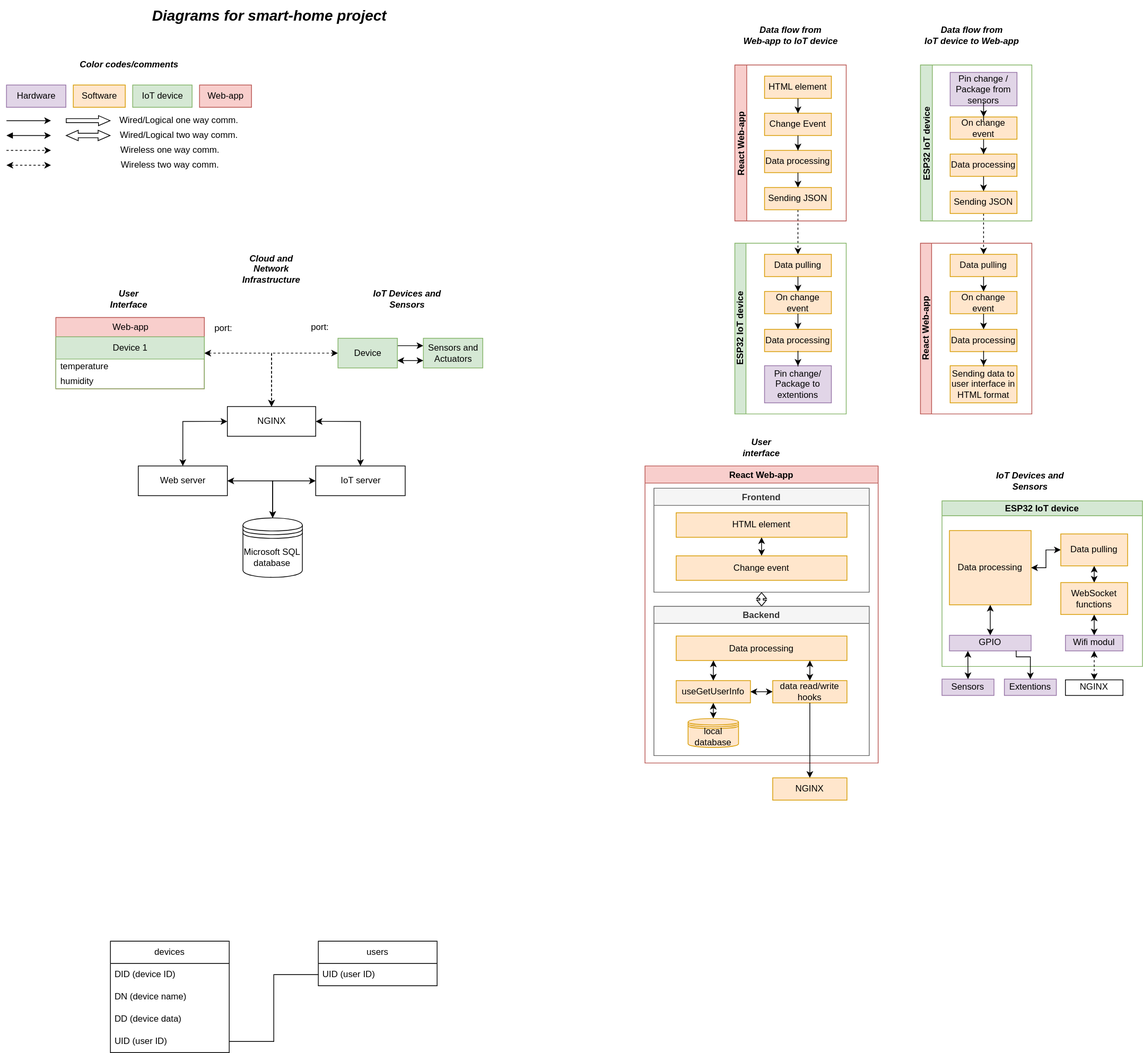
Above: doc/DIAGRAMS.svg in martinvichnal/smart-home (draw.io), before the change. Source tidied: cells renumbered, new cells last; positions are measured from the earlier drawing's top-left corner, leaving out a move shared by most shapes.
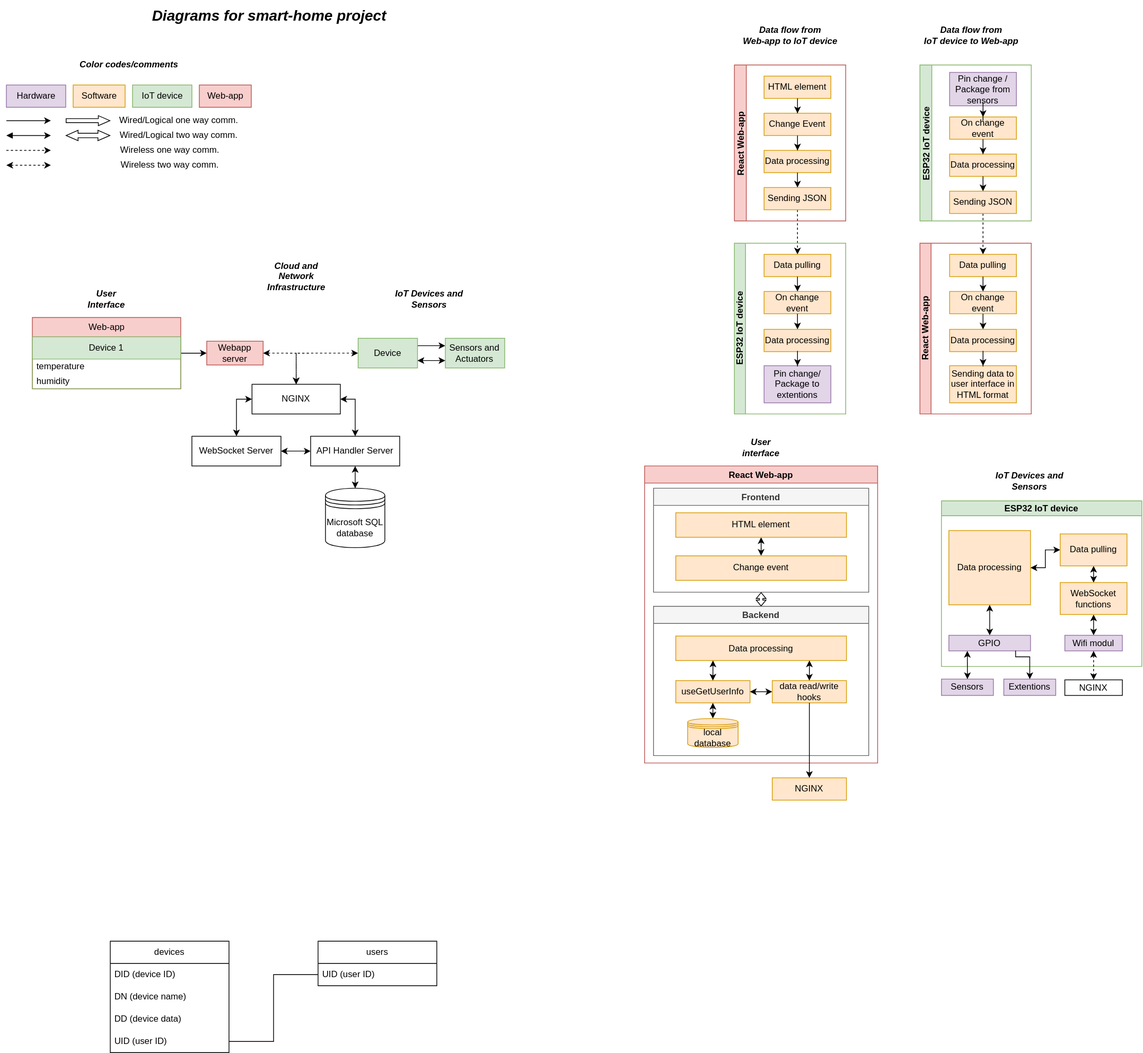
After the commit.

Change to the diagram source:
```diff
@@ -66,13 +66,13 @@
       <mxGeometry x="85" y="72" width="160" height="30" as="geometry" />
     </mxCell>
     <mxCell id="23" value="&lt;i&gt;&lt;b&gt;User Interface&lt;/b&gt;&lt;/i&gt;" style="text;html=1;strokeColor=none;fillColor=none;align=center;verticalAlign=middle;whiteSpace=wrap;rounded=0;" parent="1" vertex="1">
-      <mxGeometry x="125" y="387" width="80" height="30" as="geometry" />
+      <mxGeometry x="95" y="387" width="80" height="30" as="geometry" />
     </mxCell>
     <mxCell id="24" value="&lt;i&gt;&lt;b&gt;IoT Devices and Sensors&lt;/b&gt;&lt;/i&gt;" style="text;html=1;strokeColor=none;fillColor=none;align=center;verticalAlign=middle;whiteSpace=wrap;rounded=0;" parent="1" vertex="1">
-      <mxGeometry x="480" y="387" width="120" height="30" as="geometry" />
+      <mxGeometry x="510" y="387" width="120" height="30" as="geometry" />
     </mxCell>
     <mxCell id="25" value="&lt;i&gt;&lt;b&gt;Cloud and Network Infrastructure&lt;/b&gt;&lt;/i&gt;" style="text;html=1;strokeColor=none;fillColor=none;align=center;verticalAlign=middle;whiteSpace=wrap;rounded=0;" parent="1" vertex="1">
-      <mxGeometry x="302" y="347" width="110" height="30" as="geometry" />
+      <mxGeometry x="335.5" y="357" width="110" height="30" as="geometry" />
     </mxCell>
     <mxCell id="26" value="ESP32 IoT device" style="swimlane;startSize=20;horizontal=1;containerType=tree;fillColor=#d5e8d4;strokeColor=#82b366;rounded=0;shadow=0;glass=0;swimlaneLine=1;fillStyle=auto;" parent="1" vertex="1">
       <mxGeometry x="1260" y="674" width="270" height="223" as="geometry" />
@@ -283,14 +283,20 @@
     <mxCell id="87" value="Diagrams for smart-home project" style="text;html=1;align=center;verticalAlign=middle;strokeColor=none;fillColor=none;fontStyle=3;fontSize=20;" parent="1" vertex="1">
       <mxGeometry x="184" width="340" height="40" as="geometry" />
     </mxCell>
+    <mxCell id="120" style="edgeStyle=orthogonalEdgeStyle;rounded=0;jettySize=auto;html=1;entryX=0.5;entryY=1;entryDx=0;entryDy=0;startArrow=classic;startFill=1;" parent="1" edge="1" source="88" target="125">
+      <mxGeometry relative="1" as="geometry" />
+    </mxCell>
     <mxCell id="88" value="Microsoft SQL database" style="shape=datastore;whiteSpace=wrap;html=1;" parent="1" vertex="1">
-      <mxGeometry x="318.5" y="697" width="80" height="80" as="geometry" />
+      <mxGeometry x="430" y="657" width="80" height="80" as="geometry" />
     </mxCell>
-    <mxCell id="89" style="edgeStyle=orthogonalEdgeStyle;rounded=0;jettySize=auto;html=1;entryX=0.5;entryY=0;entryDx=0;entryDy=0;dashed=1;startArrow=classic;startFill=1;" parent="1" edge="1" source="90" target="105">
+    <mxCell id="89" style="edgeStyle=orthogonalEdgeStyle;rounded=0;jettySize=auto;html=1;entryX=0.5;entryY=0;entryDx=0;entryDy=0;dashed=1;startArrow=classic;startFill=1;exitX=1;exitY=0.5;exitDx=0;exitDy=0;" parent="1" edge="1" source="126" target="105">
       <mxGeometry relative="1" as="geometry" />
     </mxCell>
+    <mxCell id="121" style="edgeStyle=orthogonalEdgeStyle;rounded=0;jettySize=auto;html=1;" parent="1" edge="1" source="90" target="126">
+      <mxGeometry relative="1" as="geometry" />
+    </mxCell>
     <mxCell id="90" value="Web-app" style="swimlane;fontStyle=0;horizontal=1;startSize=26;fillColor=#f8cecc;html=1;strokeColor=#b85450;" parent="1" vertex="1">
-      <mxGeometry x="66.5" y="427" width="200" height="96" as="geometry" />
+      <mxGeometry x="35" y="427" width="200" height="96" as="geometry" />
     </mxCell>
     <mxCell id="91" value="Device 1" style="swimlane;fontStyle=0;horizontal=1;startSize=30;whiteSpace=wrap;html=1;fillColor=#d5e8d4;strokeColor=#82b366;" parent="90" vertex="1">
       <mxGeometry y="26" width="200" height="70" as="geometry" />
@@ -308,34 +314,25 @@
       <mxGeometry relative="1" as="geometry" />
     </mxCell>
     <mxCell id="96" value="Device" style="html=1;whiteSpace=wrap;fillColor=#d5e8d4;strokeColor=#82b366;" parent="1" vertex="1">
-      <mxGeometry x="446.5" y="455" width="80" height="40" as="geometry" />
+      <mxGeometry x="474" y="455" width="80" height="40" as="geometry" />
     </mxCell>
     <mxCell id="97" value="Sensors and Actuators" style="html=1;whiteSpace=wrap;fillColor=#d5e8d4;strokeColor=#82b366;" parent="1" vertex="1">
-      <mxGeometry x="561.5" y="455" width="80" height="40" as="geometry" />
+      <mxGeometry x="591.5" y="455" width="80" height="40" as="geometry" />
     </mxCell>
     <mxCell id="98" style="endArrow=classic;startArrow=classic;html=1;rounded=0;entryX=0;entryY=0.75;entryDx=0;entryDy=0;exitX=1;exitY=0.75;exitDx=0;exitDy=0;" parent="1" edge="1" source="96" target="97">
       <mxGeometry relative="1" as="geometry" />
     </mxCell>
-    <mxCell id="99" style="edgeStyle=orthogonalEdgeStyle;rounded=0;jettySize=auto;html=1;entryX=0.5;entryY=0;entryDx=0;entryDy=0;startArrow=classic;startFill=1;" parent="1" edge="1" source="100" target="88">
-      <mxGeometry relative="1" as="geometry" />
-    </mxCell>
+    <mxCell id="122" style="edgeStyle=orthogonalEdgeStyle;rounded=0;jettySize=auto;html=1;entryX=0;entryY=0.5;entryDx=0;entryDy=0;startArrow=classic;startFill=1;" parent="1" edge="1" source="100" target="105">
+      <mxGeometry relative="1" as="geometry" />
+    </mxCell>
+    <mxCell id="123" style="edgeStyle=orthogonalEdgeStyle;rounded=0;jettySize=auto;html=1;entryX=0;entryY=0.5;entryDx=0;entryDy=0;startArrow=classic;startFill=1;" parent="1" edge="1" source="100" target="125">
+      <mxGeometry relative="1" as="geometry" />
+    </mxCell>
-    <mxCell id="100" value="Web server" style="whiteSpace=wrap;html=1;" parent="1" vertex="1">
-      <mxGeometry x="177.5" y="627" width="120" height="40" as="geometry" />
+    <mxCell id="100" value="WebSocket Server" style="whiteSpace=wrap;html=1;" parent="1" vertex="1">
+      <mxGeometry x="250" y="587" width="120" height="40" as="geometry" />
     </mxCell>
-    <mxCell id="101" style="edgeStyle=orthogonalEdgeStyle;rounded=0;jettySize=auto;html=1;entryX=0.5;entryY=0;entryDx=0;entryDy=0;startArrow=classic;startFill=1;" parent="1" edge="1" source="102" target="88">
-      <mxGeometry relative="1" as="geometry" />
-    </mxCell>
-    <mxCell id="102" value="IoT server" style="whiteSpace=wrap;html=1;" parent="1" vertex="1">
-      <mxGeometry x="416.5" y="627" width="120.5" height="40" as="geometry" />
-    </mxCell>
-    <mxCell id="103" style="edgeStyle=orthogonalEdgeStyle;rounded=0;jettySize=auto;html=1;entryX=0.5;entryY=0;entryDx=0;entryDy=0;exitX=0;exitY=0.5;exitDx=0;exitDy=0;startArrow=classic;startFill=1;" parent="1" edge="1" source="105" target="100">
-      <mxGeometry relative="1" as="geometry" />
-    </mxCell>
-    <mxCell id="104" style="edgeStyle=orthogonalEdgeStyle;rounded=0;jettySize=auto;html=1;exitX=1;exitY=0.5;exitDx=0;exitDy=0;entryX=0.5;entryY=0;entryDx=0;entryDy=0;startArrow=classic;startFill=1;" parent="1" edge="1" source="105" target="102">
-      <mxGeometry relative="1" as="geometry" />
-    </mxCell>
     <mxCell id="105" value="NGINX" style="whiteSpace=wrap;html=1;" parent="1" vertex="1">
-      <mxGeometry x="297.5" y="547" width="119" height="40" as="geometry" />
+      <mxGeometry x="331" y="517" width="119" height="40" as="geometry" />
     </mxCell>
     <mxCell id="106" value="NGINX" style="rounded=0;whiteSpace=wrap;html=1;" parent="1" vertex="1">
       <mxGeometry x="1426.2" y="915" width="77.5" height="21" as="geometry" />
@@ -349,12 +346,6 @@
     <mxCell id="109" style="edgeStyle=orthogonalEdgeStyle;rounded=0;jettySize=auto;html=1;entryX=0.5;entryY=0;entryDx=0;entryDy=0;" parent="1" edge="1" source="10" target="108">
       <mxGeometry relative="1" as="geometry" />
     </mxCell>
-    <mxCell id="110" value="port:" style="text;html=1;align=center;verticalAlign=middle;strokeColor=none;fillColor=none;" parent="1" vertex="1">
-      <mxGeometry x="396.5" y="425" width="50" height="30" as="geometry" />
-    </mxCell>
-    <mxCell id="111" value="port:" style="text;html=1;align=center;verticalAlign=middle;strokeColor=none;fillColor=none;" parent="1" vertex="1">
-      <mxGeometry x="266.5" y="427" width="50" height="30" as="geometry" />
-    </mxCell>
     <mxCell id="112" value="devices" style="swimlane;fontStyle=0;horizontal=1;startSize=30;whiteSpace=wrap;html=1;" parent="1" vertex="1">
       <mxGeometry x="140" y="1267" width="160" height="150" as="geometry" />
     </mxCell>
@@ -379,5 +370,14 @@
     <mxCell id="119" style="edgeStyle=orthogonalEdgeStyle;rounded=0;jettySize=auto;html=1;entryX=0;entryY=0.5;entryDx=0;entryDy=0;endArrow=none;endFill=0;" parent="1" edge="1" source="116" target="118">
       <mxGeometry relative="1" as="geometry" />
     </mxCell>
+    <mxCell id="124" style="edgeStyle=orthogonalEdgeStyle;rounded=0;jettySize=auto;html=1;entryX=1;entryY=0.5;entryDx=0;entryDy=0;startArrow=classic;startFill=1;" parent="1" edge="1" source="125" target="105">
+      <mxGeometry relative="1" as="geometry" />
+    </mxCell>
+    <mxCell id="125" value="API Handler Server" style="whiteSpace=wrap;html=1;" parent="1" vertex="1">
+      <mxGeometry x="410" y="587" width="120" height="40" as="geometry" />
+    </mxCell>
+    <mxCell id="126" value="Webapp server" style="whiteSpace=wrap;html=1;fillColor=#f8cecc;strokeColor=#b85450;fontStyle=0;startSize=26;" parent="1" vertex="1">
+      <mxGeometry x="270" y="459" width="76" height="32" as="geometry" />
+    </mxCell>
   </root>
 </mxGraphModel>
```
